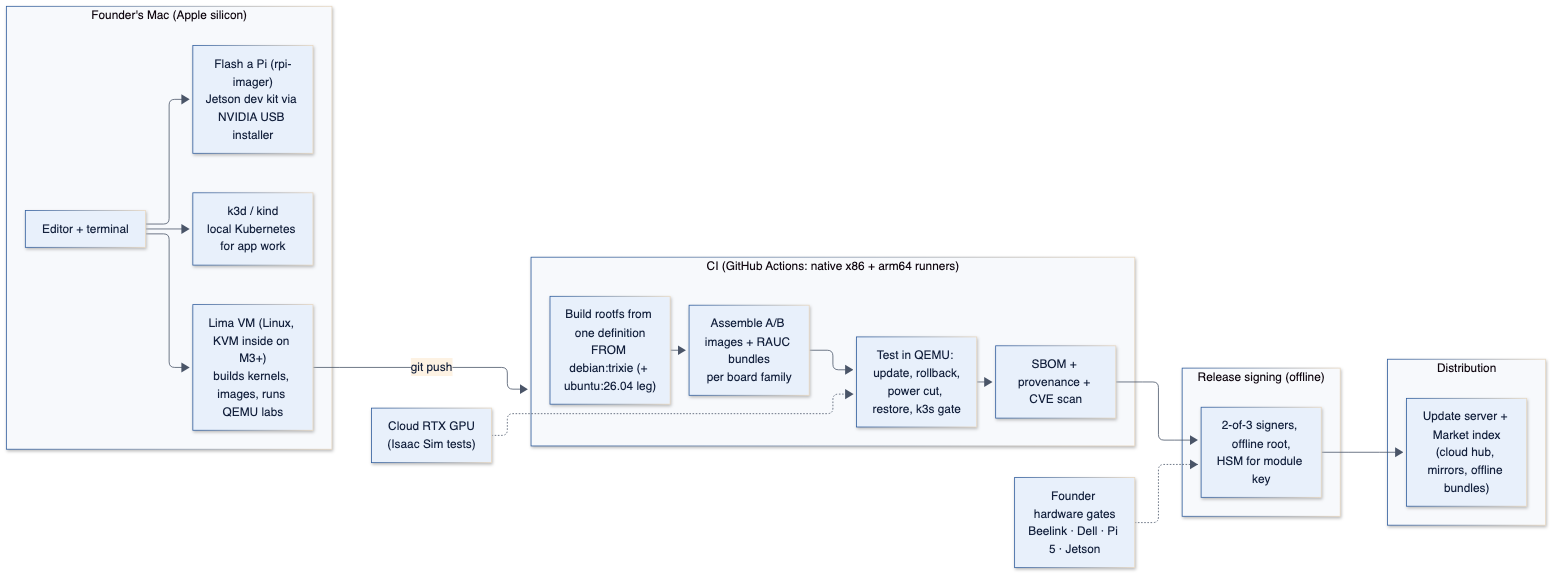
Earlier version of the Mermaid export research-output/report/img/mac-ci.png (onemindos/ONEMINDOS). Its source is kept beside it as research-output/report/diagrams/mac-ci.mmd.
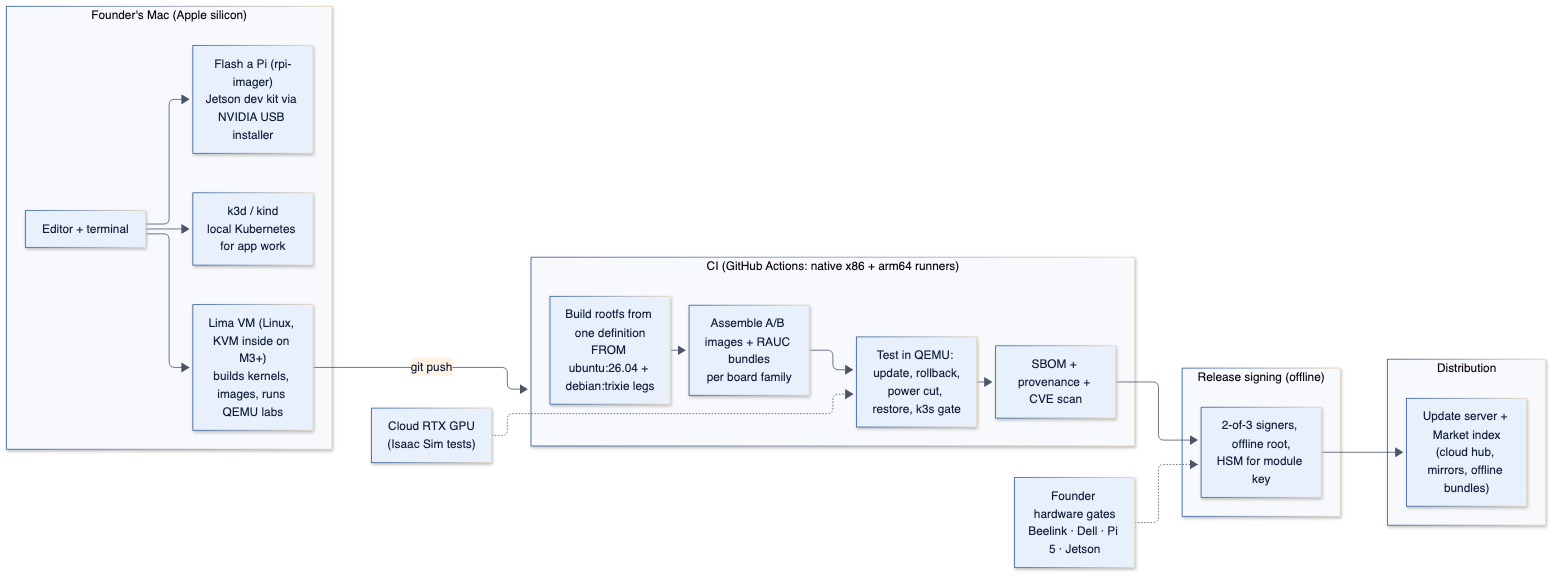
The same file after the commit.

The edit, as a diff of the source:
```diff
@@ -5,7 +5,7 @@
     ED --> FL["Flash a Pi (rpi-imager)<br/>Jetson dev kit via NVIDIA USB installer"]
   end
   subgraph CI["CI (GitHub Actions: native x86 + arm64 runners)"]
-    B1["Build rootfs from one definition<br/>FROM debian:trixie (+ ubuntu:26.04 leg)"]
+    B1["Build rootfs from one definition<br/>FROM ubuntu:26.04 + debian:trixie legs"]
     B2["Assemble A/B images + RAUC bundles<br/>per board family"]
     B3["Test in QEMU: update, rollback,<br/>power cut, restore, k3s gate"]
     B4["SBOM + provenance + CVE scan"]
```
